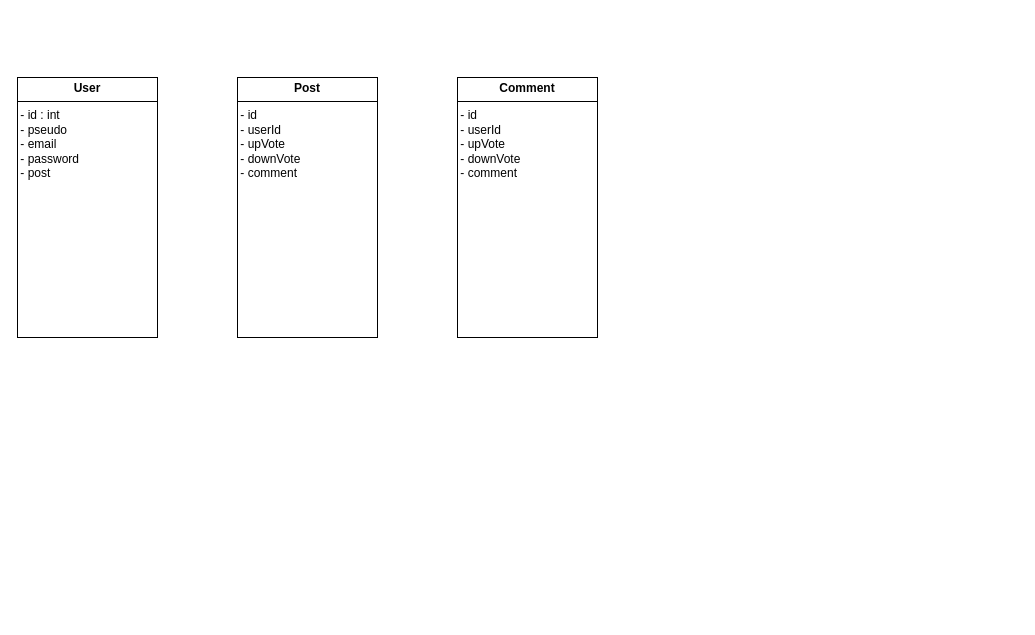
Before: Diagramme sans nom.drawio in loyfael/Waveme, a draw.io diagram. Source tidied: cells renumbered, new cells numbered last; positions are measured from the earlier drawing's top-left corner, leaving out a move shared by most shapes. Both pictures are drawn from the tidied source at 100%, with x=0, y=0 at pixel (17, 77).
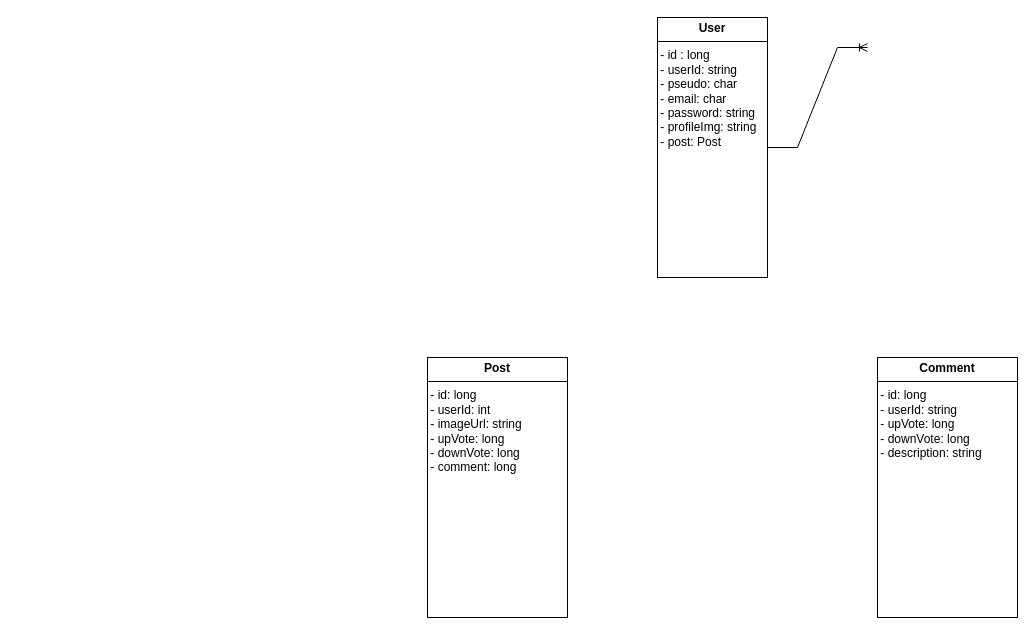
Above is the later version.

Diff of the diagram source:
```diff
@@
 <mxGraphModel>
   <root>
     <mxCell id="0" />
     <mxCell id="1" parent="0" />
-    <mxCell id="2" value="&lt;p style=&quot;margin:0px;margin-top:4px;text-align:center;&quot;&gt;&lt;b&gt;User&lt;/b&gt;&lt;/p&gt;&lt;hr size=&quot;1&quot; style=&quot;border-style:solid;&quot;&gt;&lt;div style=&quot;height:2px;&quot;&gt;&amp;nbsp;- id : int&lt;br&gt;&amp;nbsp;- pseudo&lt;br&gt;&amp;nbsp;- email&lt;br&gt;&amp;nbsp;- password&lt;br&gt;&amp;nbsp;- post&lt;br&gt;&lt;/div&gt;" style="verticalAlign=top;align=left;overflow=fill;html=1;whiteSpace=wrap;" parent="1" vertex="1">
-      <mxGeometry width="140" height="260" as="geometry" />
+    <mxCell id="2" value="&lt;p style=&quot;margin:0px;margin-top:4px;text-align:center;&quot;&gt;&lt;b&gt;User&lt;/b&gt;&lt;/p&gt;&lt;hr size=&quot;1&quot; style=&quot;border-style:solid;&quot;&gt;&lt;div style=&quot;height:2px;&quot;&gt;&amp;nbsp;- id : long&lt;br&gt;&amp;nbsp;- userId: string&lt;br&gt;&amp;nbsp;- pseudo: char&lt;br&gt;&amp;nbsp;- email: char&lt;br&gt;&amp;nbsp;- password: string&lt;br&gt;&amp;nbsp;- profileImg: string&lt;br&gt;&amp;nbsp;- post: Post&lt;br&gt;&lt;/div&gt;" style="verticalAlign=top;align=left;overflow=fill;html=1;whiteSpace=wrap;" parent="1" vertex="1">
+      <mxGeometry x="640" y="-60" width="110" height="260" as="geometry" />
     </mxCell>
-    <mxCell id="3" value="&lt;p style=&quot;margin:0px;margin-top:4px;text-align:center;&quot;&gt;&lt;b&gt;Post&lt;/b&gt;&lt;/p&gt;&lt;hr size=&quot;1&quot; style=&quot;border-style:solid;&quot;&gt;&lt;div style=&quot;height:2px;&quot;&gt;&amp;nbsp;- id&lt;br&gt;&amp;nbsp;- userId&amp;nbsp;&lt;br&gt;&amp;nbsp;- upVote&lt;br&gt;&amp;nbsp;- downVote&lt;br&gt;&amp;nbsp;- comment&lt;/div&gt;&lt;div style=&quot;height:2px;&quot;&gt;&lt;br&gt;&lt;/div&gt;&lt;div style=&quot;height:2px;&quot;&gt;&lt;br&gt;&lt;/div&gt;&lt;div style=&quot;height:2px;&quot;&gt;&lt;br&gt;&lt;/div&gt;" style="verticalAlign=top;align=left;overflow=fill;html=1;whiteSpace=wrap;" parent="1" vertex="1">
-      <mxGeometry x="220" width="140" height="260" as="geometry" />
+    <mxCell id="3" value="&lt;p style=&quot;margin:0px;margin-top:4px;text-align:center;&quot;&gt;&lt;b&gt;Post&lt;/b&gt;&lt;/p&gt;&lt;hr size=&quot;1&quot; style=&quot;border-style:solid;&quot;&gt;&lt;div style=&quot;height:2px;&quot;&gt;&amp;nbsp;- id: long&lt;br&gt;&amp;nbsp;- userId: int&lt;br&gt;&amp;nbsp;- imageUrl: string&lt;br&gt;&amp;nbsp;- upVote: long&lt;br&gt;&amp;nbsp;- downVote: long&lt;br&gt;&amp;nbsp;- comment: long&lt;/div&gt;&lt;div style=&quot;height:2px;&quot;&gt;&lt;br&gt;&lt;/div&gt;&lt;div style=&quot;height:2px;&quot;&gt;&lt;br&gt;&lt;/div&gt;&lt;div style=&quot;height:2px;&quot;&gt;&lt;br&gt;&lt;/div&gt;" style="verticalAlign=top;align=left;overflow=fill;html=1;whiteSpace=wrap;" parent="1" vertex="1">
+      <mxGeometry x="410" y="280" width="140" height="260" as="geometry" />
     </mxCell>
-    <mxCell id="4" value="&lt;p style=&quot;margin:0px;margin-top:4px;text-align:center;&quot;&gt;&lt;b&gt;Comment&lt;/b&gt;&lt;/p&gt;&lt;hr size=&quot;1&quot; style=&quot;border-style:solid;&quot;&gt;&lt;div style=&quot;height:2px;&quot;&gt;&amp;nbsp;- id&lt;br&gt;&amp;nbsp;- userId&amp;nbsp;&lt;br&gt;&amp;nbsp;- upVote&lt;br&gt;&amp;nbsp;- downVote&lt;br&gt;&amp;nbsp;- comment&lt;/div&gt;&lt;div style=&quot;height:2px;&quot;&gt;&lt;br&gt;&lt;/div&gt;&lt;div style=&quot;height:2px;&quot;&gt;&lt;br&gt;&lt;/div&gt;&lt;div style=&quot;height:2px;&quot;&gt;&lt;br&gt;&lt;/div&gt;" style="verticalAlign=top;align=left;overflow=fill;html=1;whiteSpace=wrap;" parent="1" vertex="1">
-      <mxGeometry x="440" width="140" height="260" as="geometry" />
+    <mxCell id="4" value="&lt;p style=&quot;margin:0px;margin-top:4px;text-align:center;&quot;&gt;&lt;b&gt;Comment&lt;/b&gt;&lt;/p&gt;&lt;hr size=&quot;1&quot; style=&quot;border-style:solid;&quot;&gt;&lt;div style=&quot;height:2px;&quot;&gt;&amp;nbsp;- id: long&lt;br&gt;&amp;nbsp;- userId: string&amp;nbsp;&lt;br&gt;&amp;nbsp;- upVote: long&lt;br&gt;&amp;nbsp;- downVote: long&lt;br&gt;&amp;nbsp;- description: string&lt;/div&gt;&lt;div style=&quot;height:2px;&quot;&gt;&lt;br&gt;&lt;/div&gt;&lt;div style=&quot;height:2px;&quot;&gt;&lt;br&gt;&lt;/div&gt;&lt;div style=&quot;height:2px;&quot;&gt;&lt;br&gt;&lt;/div&gt;" style="verticalAlign=top;align=left;overflow=fill;html=1;whiteSpace=wrap;" parent="1" vertex="1">
+      <mxGeometry x="860" y="280" width="140" height="260" as="geometry" />
     </mxCell>
+    <mxCell id="5" style="edgeStyle=entityRelationEdgeStyle;fontSize=12;html=1;endArrow=ERoneToMany;rounded=0;" parent="1" edge="1">
+      <mxGeometry relative="1" as="geometry">
+        <mxPoint x="750" y="70" as="sourcePoint" />
+        <mxPoint x="850" y="-30" as="targetPoint" />
+        <Array as="points">
+          <mxPoint x="770" y="70" />
+        </Array>
+      </mxGeometry>
+    </mxCell>
   </root>
 </mxGraphModel>
```
